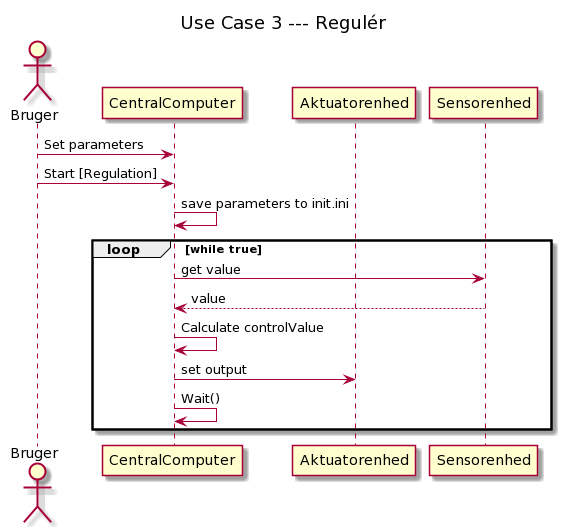
Above: Strukturering/System/Usecases/UseCase3_Reguler.png in Solvgraa-mager/E4PRJ4 (PlantUML), before the change.
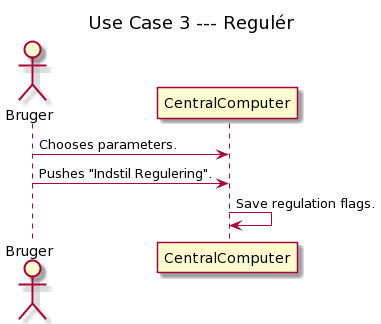
The same diagram one commit later.

What changed in the source:
```diff
@@ -3,24 +3,8 @@
 
 actor Bruger
 participant CentralComputer
-participant Aktuatorenhed
-participant Sensorenhed
 
-
-Bruger -> CentralComputer: Set parameters
-Bruger -> CentralComputer: Start [Regulation]
-CentralComputer -> CentralComputer: save parameters to init.ini
-loop while true
-
-            CentralComputer -> Sensorenhed: get value
-            Sensorenhed --> CentralComputer: value
-
-            CentralComputer -> CentralComputer: Calculate controlValue
-
-            CentralComputer -> Aktuatorenhed: set output
-
-            CentralComputer -> CentralComputer: Wait()
-
-
-end
+Bruger -> CentralComputer: Chooses parameters.
+Bruger -> CentralComputer: Pushes "Indstil Regulering".
+CentralComputer->CentralComputer: Save regulation flags.
 @enduml
```
